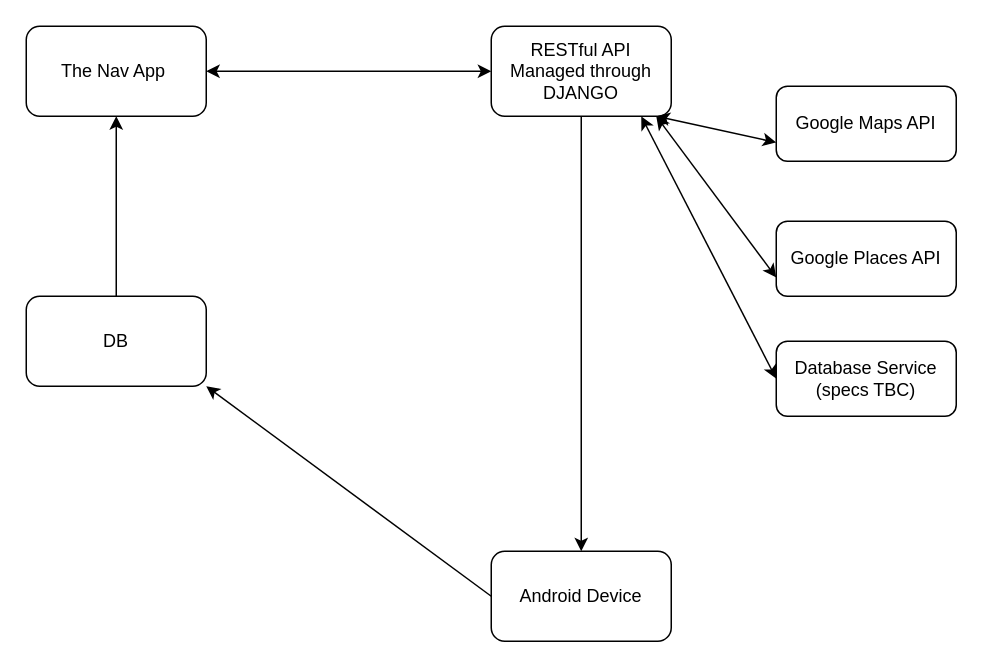
Above: the_nav_proj_architecture.drawio in DariaVesela/TheNavigationProject (draw.io), before the change. Source tidied: cells renumbered, new cells numbered last; positions are measured from the earlier drawing's top-left corner, leaving out a move shared by most shapes. Both pictures are drawn from the tidied source at 150%, with x=0, y=0 at pixel (26, 26).
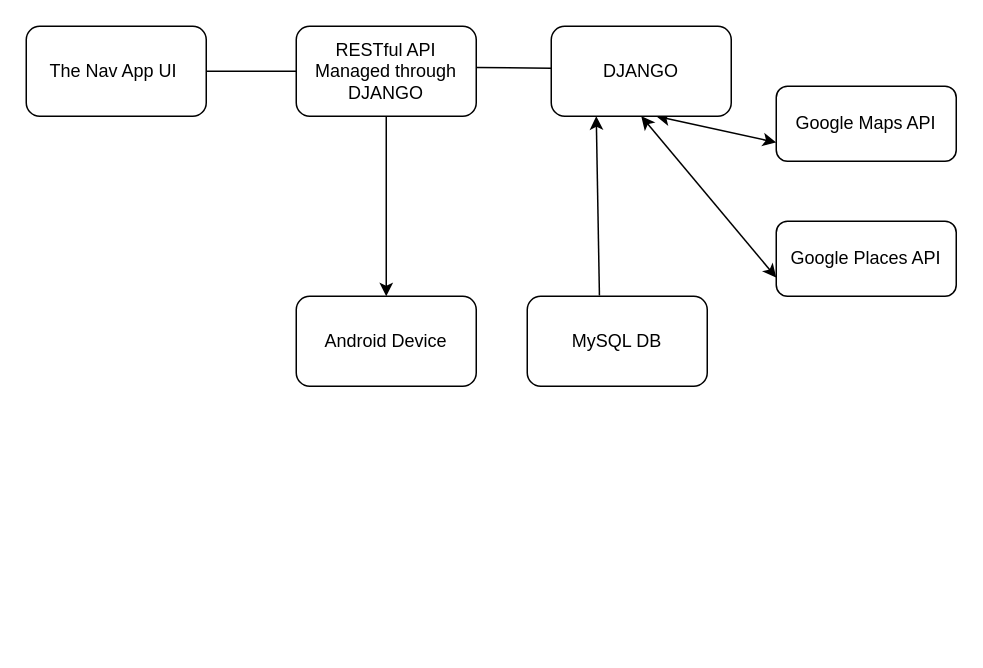
The same page after the edit.

Commit message:
Revamped communication structure, stuck in Django

Change to the diagram source:
```diff
@@
 <mxGraphModel>
   <root>
     <mxCell id="0" />
     <mxCell id="1" parent="0" />
-    <mxCell id="2" value="The Nav App&amp;nbsp;" style="rounded=1;whiteSpace=wrap;html=1;" parent="1" vertex="1">
+    <mxCell id="2" value="The Nav App UI&amp;nbsp;" style="rounded=1;whiteSpace=wrap;html=1;" parent="1" vertex="1">
       <mxGeometry width="120" height="60" as="geometry" />
     </mxCell>
-    <mxCell id="3" style="endArrow=classic;startArrow=classic;html=1;rounded=0;exitX=1;exitY=0.5;exitDx=0;exitDy=0;entryX=0;entryY=0.5;entryDx=0;entryDy=0;" parent="1" edge="1" source="2" target="4">
-      <mxGeometry relative="1" as="geometry" />
-    </mxCell>
     <mxCell id="4" value="RESTful API&lt;div&gt;Managed through DJANGO&lt;/div&gt;" style="rounded=1;whiteSpace=wrap;html=1;" parent="1" vertex="1">
-      <mxGeometry x="310" width="120" height="60" as="geometry" />
+      <mxGeometry x="180" width="120" height="60" as="geometry" />
     </mxCell>
     <mxCell id="5" value="Google Places API" style="rounded=1;whiteSpace=wrap;html=1;" parent="1" vertex="1">
       <mxGeometry x="500" y="130" width="120" height="50" as="geometry" />
     </mxCell>
     <mxCell id="6" value="Android Device" style="rounded=1;whiteSpace=wrap;html=1;" parent="1" vertex="1">
-      <mxGeometry x="310" y="350" width="120" height="60" as="geometry" />
+      <mxGeometry x="180" y="180" width="120" height="60" as="geometry" />
     </mxCell>
     <mxCell id="7" value="Google Maps API" style="rounded=1;whiteSpace=wrap;html=1;" parent="1" vertex="1">
       <mxGeometry x="500" y="40" width="120" height="50" as="geometry" />
     </mxCell>
-    <mxCell id="8" value="Database Service (specs TBC)" style="rounded=1;whiteSpace=wrap;html=1;" parent="1" vertex="1">
-      <mxGeometry x="500" y="210" width="120" height="50" as="geometry" />
-    </mxCell>
-    <mxCell id="9" value="DB" style="rounded=1;whiteSpace=wrap;html=1;" parent="1" vertex="1">
-      <mxGeometry y="180" width="120" height="60" as="geometry" />
+    <mxCell id="9" value="MySQL DB" style="rounded=1;whiteSpace=wrap;html=1;" parent="1" vertex="1">
+      <mxGeometry x="334" y="180" width="120" height="60" as="geometry" />
     </mxCell>
-    <mxCell id="10" style="endArrow=classic;html=1;rounded=0;exitX=0;exitY=0.5;exitDx=0;exitDy=0;entryX=1;entryY=1;entryDx=0;entryDy=0;" parent="1" edge="1" source="6" target="9">
-      <mxGeometry relative="1" as="geometry" />
-    </mxCell>
-    <mxCell id="11" style="endArrow=classic;html=1;rounded=0;entryX=0.5;entryY=1;entryDx=0;entryDy=0;exitX=0.5;exitY=0;exitDx=0;exitDy=0;" parent="1" edge="1" source="9" target="2">
+    <mxCell id="11" style="endArrow=classic;html=1;rounded=0;exitX=0.401;exitY=-0.008;exitDx=0;exitDy=0;entryX=0.25;entryY=1;entryDx=0;entryDy=0;exitPerimeter=0;" parent="1" edge="1" source="9" target="16">
       <mxGeometry relative="1" as="geometry" />
     </mxCell>
     <mxCell id="12" style="endArrow=classic;startArrow=classic;html=1;rounded=0;entryX=0;entryY=0.75;entryDx=0;entryDy=0;" parent="1" edge="1" target="7">
       <mxGeometry relative="1" as="geometry">
         <mxPoint x="420" y="60" as="sourcePoint" />
       </mxGeometry>
     </mxCell>
-    <mxCell id="13" style="endArrow=classic;startArrow=classic;html=1;rounded=0;entryX=0;entryY=0.75;entryDx=0;entryDy=0;" parent="1" edge="1" target="5">
-      <mxGeometry relative="1" as="geometry">
-        <mxPoint x="420" y="60" as="sourcePoint" />
-      </mxGeometry>
+    <mxCell id="13" style="endArrow=classic;startArrow=classic;html=1;rounded=0;entryX=0;entryY=0.75;entryDx=0;entryDy=0;exitX=0.5;exitY=1;exitDx=0;exitDy=0;" parent="1" edge="1" source="16" target="5">
+      <mxGeometry relative="1" as="geometry" />
     </mxCell>
-    <mxCell id="14" style="endArrow=classic;startArrow=classic;html=1;rounded=0;entryX=0;entryY=0.5;entryDx=0;entryDy=0;" parent="1" edge="1" target="8">
-      <mxGeometry relative="1" as="geometry">
-        <mxPoint x="410" y="60" as="sourcePoint" />
-      </mxGeometry>
-    </mxCell>
     <mxCell id="15" style="endArrow=classic;html=1;rounded=0;exitX=0.5;exitY=1;exitDx=0;exitDy=0;" parent="1" edge="1" source="4" target="6">
       <mxGeometry relative="1" as="geometry" />
     </mxCell>
+    <mxCell id="16" value="DJANGO" style="rounded=1;whiteSpace=wrap;html=1;" parent="1" vertex="1">
+      <mxGeometry x="350" width="120" height="60" as="geometry" />
+    </mxCell>
+    <mxCell id="3" style="endArrow=none;html=1;rounded=0;entryX=0;entryY=0.5;entryDx=0;entryDy=0;exitX=1;exitY=0.5;exitDx=0;exitDy=0;" parent="1" edge="1" source="2" target="4">
+      <mxGeometry relative="1" as="geometry" />
+    </mxCell>
+    <mxCell id="17" style="endArrow=none;html=1;rounded=0;" parent="1" edge="1">
+      <mxGeometry relative="1" as="geometry">
+        <mxPoint x="300" y="27.5" as="sourcePoint" />
+        <mxPoint x="350" y="28" as="targetPoint" />
+      </mxGeometry>
+    </mxCell>
   </root>
 </mxGraphModel>
```
